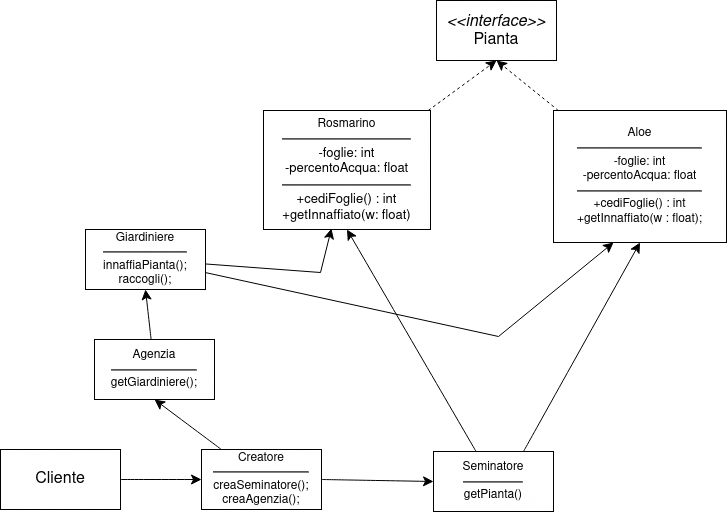
Above: y23-24-ids/programmi/2-j/plantScheme.drawio.png in belligerentcrow/ids_unict (draw.io), before the change. Source tidied: cells renumbered, new cells last; positions are measured from the earlier drawing's top-left corner, leaving out a move shared by most shapes.
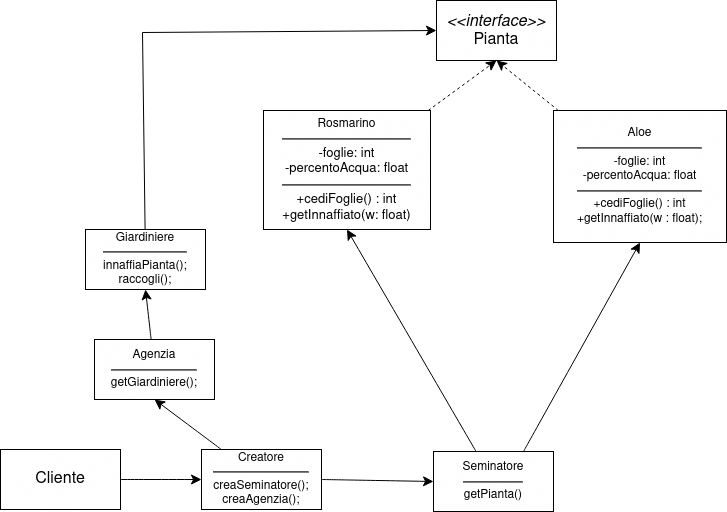
After the change.

The edit, as a diff of the source:
```diff
@@ -47,20 +47,13 @@
     <mxCell id="16" value="&lt;div&gt;Agenzia&lt;/div&gt;&lt;div&gt;&lt;hr&gt;getGiardiniere();&lt;br&gt;&lt;/div&gt;" style="rounded=0;whiteSpace=wrap;html=1;" parent="1" vertex="1">
       <mxGeometry x="94" y="339" width="120" height="60" as="geometry" />
     </mxCell>
-    <mxCell id="17" style="edgeStyle=none;curved=0;rounded=0;jettySize=auto;html=1;fontSize=12;startSize=8;endSize=8;entryX=0.407;entryY=0.992;entryDx=0;entryDy=0;entryPerimeter=0;" parent="1" edge="1" source="19" target="9">
-      <mxGeometry relative="1" as="geometry">
-        <Array as="points">
-          <mxPoint x="320" y="272" />
-        </Array>
-      </mxGeometry>
-    </mxCell>
-    <mxCell id="18" style="edgeStyle=none;curved=0;rounded=0;jettySize=auto;html=1;fontSize=12;startSize=8;endSize=8;entryX=0.347;entryY=1;entryDx=0;entryDy=0;entryPerimeter=0;" parent="1" edge="1" source="19" target="11">
-      <mxGeometry relative="1" as="geometry">
-        <Array as="points">
-          <mxPoint x="498" y="336" />
-        </Array>
-      </mxGeometry>
-    </mxCell>
+    <mxCell id="20" style="edgeStyle=none;curved=0;rounded=0;jettySize=auto;html=1;entryX=0;entryY=0.5;entryDx=0;entryDy=0;fontSize=12;startSize=8;endSize=8;" parent="1" edge="1" source="19" target="2">
+      <mxGeometry relative="1" as="geometry">
+        <Array as="points">
+          <mxPoint x="142" y="32" />
+        </Array>
+      </mxGeometry>
+    </mxCell>
     <mxCell id="19" value="&lt;div&gt;Giardiniere&lt;/div&gt;&lt;div&gt;&lt;hr&gt;innaffiaPianta();&lt;br&gt;&lt;/div&gt;&lt;div&gt;raccogli();&lt;br&gt;&lt;/div&gt;" style="rounded=0;whiteSpace=wrap;html=1;" parent="1" vertex="1">
       <mxGeometry x="85" y="229" width="120" height="60" as="geometry" />
     </mxCell>
```
